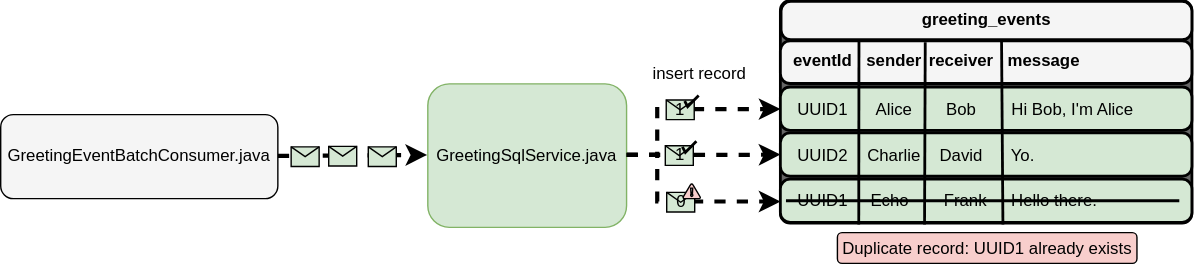
Earlier version of the draw.io export course-material/assets/module3/images/exercise3.svg (SonahLab/twitch-chat-hit-counter). Source tidied: cells renumbered, new cells last; positions are measured from the earlier drawing's top-left corner, leaving out a move shared by most shapes. Source of this version:
```xml
<mxGraphModel>
  <root>
    <mxCell id="0" />
    <mxCell id="1" parent="0" />
    <mxCell id="2" value="GreetingEventBatchConsumer.java" style="rounded=1;whiteSpace=wrap;html=1;fillColor=#f5f5f5;fontColor=#000000;strokeColor=#000000;" parent="1" vertex="1">
      <mxGeometry y="81.2" width="198" height="60" as="geometry" />
    </mxCell>
    <mxCell id="3" style="endArrow=classic;html=1;rounded=0;fontColor=#000000;strokeColor=#000000;strokeWidth=3;flowAnimation=1;exitX=1;exitY=0.5;exitDx=0;exitDy=0;entryX=0;entryY=0.5;entryDx=0;entryDy=0;" parent="1" edge="1" source="2" target="5">
      <mxGeometry relative="1" as="geometry" />
    </mxCell>
    <mxCell id="4" style="shape=message;html=1;fillColor=#d5e8d4;strokeColor=#000000;" parent="3" vertex="1">
      <mxGeometry width="20" height="14" relative="1" as="geometry">
        <mxPoint x="-17" y="-7" as="offset" />
      </mxGeometry>
    </mxCell>
    <mxCell id="5" value="GreetingSqlService.java" style="rounded=1;whiteSpace=wrap;html=1;fillColor=#d5e8d4;strokeColor=#82b366;" parent="1" vertex="1">
      <mxGeometry x="305.1" y="59.2" width="142" height="102.5" as="geometry" />
    </mxCell>
    <mxCell id="6" style="shape=message;html=1;fillColor=#d5e8d4;strokeColor=#000000;" parent="1" vertex="1">
      <mxGeometry x="262.6" y="104.2" width="20" height="14" as="geometry" />
    </mxCell>
    <mxCell id="7" style="shape=message;html=1;fillColor=#d5e8d4;strokeColor=#000000;fontColor=#000000;" parent="1" vertex="1">
      <mxGeometry x="207.5" y="104.2" width="20" height="14" as="geometry" />
    </mxCell>
    <mxCell id="8" style="rounded=1;whiteSpace=wrap;html=1;absoluteArcSize=1;arcSize=14;strokeWidth=2;fillColor=light-dark(#666666, #ededed);strokeColor=#000000;fontColor=#000000;" parent="1" vertex="1">
      <mxGeometry x="557.5" y="0.2" width="294" height="159" as="geometry" />
    </mxCell>
    <mxCell id="9" style="rounded=1;whiteSpace=wrap;html=1;absoluteArcSize=1;arcSize=14;strokeWidth=2;fillColor=#d5e8d4;strokeColor=default;" parent="1" vertex="1">
      <mxGeometry x="557.5" y="62" width="294" height="31" as="geometry" />
    </mxCell>
    <mxCell id="10" value="UUID1" style="text;html=1;align=center;verticalAlign=middle;whiteSpace=wrap;rounded=0;fontColor=#000000;strokeColor=none;" parent="1" vertex="1">
      <mxGeometry x="561.5" y="67.8" width="51" height="19.5" as="geometry" />
    </mxCell>
    <mxCell id="11" value="Alice" style="text;html=1;align=center;verticalAlign=middle;whiteSpace=wrap;rounded=0;fontColor=#000000;strokeColor=none;" parent="1" vertex="1">
      <mxGeometry x="612.5" y="67.8" width="51" height="19.5" as="geometry" />
    </mxCell>
    <mxCell id="12" value="Bob" style="text;html=1;align=center;verticalAlign=middle;whiteSpace=wrap;rounded=0;fontColor=#000000;strokeColor=none;" parent="1" vertex="1">
      <mxGeometry x="661" y="67.8" width="51" height="19.5" as="geometry" />
    </mxCell>
    <mxCell id="13" value="Hi Bob, I'm Alice" style="text;html=1;align=center;verticalAlign=middle;whiteSpace=wrap;rounded=0;fontColor=#000000;strokeColor=none;" parent="1" vertex="1">
      <mxGeometry x="720.5" y="67.8" width="90" height="19.5" as="geometry" />
    </mxCell>
    <mxCell id="14" style="rounded=1;whiteSpace=wrap;html=1;absoluteArcSize=1;arcSize=14;strokeWidth=2;fillColor=#d5e8d4;strokeColor=default;" parent="1" vertex="1">
      <mxGeometry x="557.5" y="94.8" width="294" height="31" as="geometry" />
    </mxCell>
    <mxCell id="15" style="rounded=1;whiteSpace=wrap;html=1;absoluteArcSize=1;arcSize=14;strokeWidth=2;fillColor=#f5f5f5;fontColor=#000000;strokeColor=#000000;" parent="1" vertex="1">
      <mxGeometry x="558" y="0.8" width="293.5" height="27.5" as="geometry" />
    </mxCell>
    <mxCell id="16" value="&lt;b&gt;greeting_events&lt;/b&gt;" style="text;html=1;align=center;verticalAlign=middle;whiteSpace=wrap;rounded=0;fontColor=#000000;strokeColor=none;" parent="1" vertex="1">
      <mxGeometry x="658" y="3.8" width="93" height="19.5" as="geometry" />
    </mxCell>
    <mxCell id="17" value="UUID2" style="text;html=1;align=center;verticalAlign=middle;whiteSpace=wrap;rounded=0;fontColor=#000000;strokeColor=none;" parent="1" vertex="1">
      <mxGeometry x="561.5" y="101.5" width="51" height="19.5" as="geometry" />
    </mxCell>
    <mxCell id="18" value="Charlie" style="text;html=1;align=center;verticalAlign=middle;whiteSpace=wrap;rounded=0;fontColor=#000000;strokeColor=none;" parent="1" vertex="1">
      <mxGeometry x="612.5" y="101.5" width="51" height="19.5" as="geometry" />
    </mxCell>
    <mxCell id="19" value="David" style="text;html=1;align=center;verticalAlign=middle;whiteSpace=wrap;rounded=0;fontColor=#000000;strokeColor=none;" parent="1" vertex="1">
      <mxGeometry x="661" y="101.5" width="51" height="19.5" as="geometry" />
    </mxCell>
    <mxCell id="20" value="Yo." style="text;html=1;align=center;verticalAlign=middle;whiteSpace=wrap;rounded=0;fontColor=#000000;strokeColor=none;" parent="1" vertex="1">
      <mxGeometry x="720.5" y="101.5" width="19" height="19.5" as="geometry" />
    </mxCell>
    <mxCell id="21" style="rounded=1;whiteSpace=wrap;html=1;absoluteArcSize=1;arcSize=14;strokeWidth=2;fillColor=#f5f5f5;fontColor=#000000;strokeColor=#000000;" parent="1" vertex="1">
      <mxGeometry x="557.5" y="29" width="294" height="30.5" as="geometry" />
    </mxCell>
    <mxCell id="22" value="&lt;b&gt;eventId&lt;/b&gt;" style="text;html=1;align=center;verticalAlign=middle;whiteSpace=wrap;rounded=0;fontColor=#000000;strokeColor=none;" parent="1" vertex="1">
      <mxGeometry x="561.5" y="33" width="51" height="19.5" as="geometry" />
    </mxCell>
    <mxCell id="23" value="&lt;b&gt;sender&lt;/b&gt;" style="text;html=1;align=center;verticalAlign=middle;whiteSpace=wrap;rounded=0;fontColor=#000000;strokeColor=none;" parent="1" vertex="1">
      <mxGeometry x="612.5" y="33" width="51" height="19.5" as="geometry" />
    </mxCell>
    <mxCell id="24" value="&lt;b&gt;receiver&lt;/b&gt;" style="text;html=1;align=center;verticalAlign=middle;whiteSpace=wrap;rounded=0;fontColor=#000000;strokeColor=none;" parent="1" vertex="1">
      <mxGeometry x="661" y="33" width="51" height="19.5" as="geometry" />
    </mxCell>
    <mxCell id="25" value="&lt;b&gt;message&lt;/b&gt;" style="text;html=1;align=center;verticalAlign=middle;whiteSpace=wrap;rounded=0;fontColor=#000000;strokeColor=none;" parent="1" vertex="1">
      <mxGeometry x="719.5" y="33" width="51" height="19.5" as="geometry" />
    </mxCell>
    <mxCell id="26" style="rounded=1;whiteSpace=wrap;html=1;absoluteArcSize=1;arcSize=14;strokeWidth=2;fillColor=#d5e8d4;strokeColor=default;fontColor=#000000;" parent="1" vertex="1">
      <mxGeometry x="557.5" y="127.8" width="294" height="31" as="geometry" />
    </mxCell>
    <mxCell id="27" style="endArrow=none;html=1;rounded=0;entryX=0.191;entryY=0.017;entryDx=0;entryDy=0;entryPerimeter=0;strokeColor=#000000;strokeWidth=2;fontColor=#000000;" parent="1" edge="1" target="21">
      <mxGeometry relative="1" as="geometry">
        <mxPoint x="613.5" y="160.2" as="sourcePoint" />
      </mxGeometry>
    </mxCell>
    <mxCell id="28" style="endArrow=none;html=1;rounded=0;entryX=0.191;entryY=0.017;entryDx=0;entryDy=0;entryPerimeter=0;strokeColor=#000000;strokeWidth=2;fontColor=#000000;" parent="1" edge="1">
      <mxGeometry relative="1" as="geometry">
        <mxPoint x="660.5" y="160.2" as="sourcePoint" />
        <mxPoint x="661" y="30" as="targetPoint" />
      </mxGeometry>
    </mxCell>
    <mxCell id="29" style="endArrow=none;html=1;rounded=0;entryX=0.191;entryY=0.017;entryDx=0;entryDy=0;entryPerimeter=0;strokeColor=#000000;strokeWidth=2;fontColor=#000000;" parent="1" edge="1">
      <mxGeometry relative="1" as="geometry">
        <mxPoint x="716.5" y="160.2" as="sourcePoint" />
        <mxPoint x="715.5" y="27.8" as="targetPoint" />
      </mxGeometry>
    </mxCell>
    <mxCell id="30" value="UUID1" style="text;html=1;align=center;verticalAlign=middle;whiteSpace=wrap;rounded=0;fontColor=#000000;strokeColor=none;" parent="1" vertex="1">
      <mxGeometry x="561.5" y="133.5" width="51" height="19.5" as="geometry" />
    </mxCell>
    <mxCell id="31" value="Echo" style="text;html=1;align=center;verticalAlign=middle;whiteSpace=wrap;rounded=0;fontColor=#000000;strokeColor=none;" parent="1" vertex="1">
      <mxGeometry x="610" y="133.5" width="51" height="19.5" as="geometry" />
    </mxCell>
    <mxCell id="32" value="Frank" style="text;html=1;align=center;verticalAlign=middle;whiteSpace=wrap;rounded=0;fontColor=#000000;strokeColor=none;" parent="1" vertex="1">
      <mxGeometry x="663.5" y="133.5" width="51" height="19.5" as="geometry" />
    </mxCell>
    <mxCell id="33" value="Hello there." style="text;html=1;align=center;verticalAlign=middle;whiteSpace=wrap;rounded=0;fontColor=#000000;strokeColor=none;" parent="1" vertex="1">
      <mxGeometry x="720.5" y="133.5" width="64" height="19.5" as="geometry" />
    </mxCell>
    <mxCell id="34" style="endArrow=none;html=1;rounded=0;strokeWidth=2;fillColor=#f8cecc;strokeColor=#000000;exitX=0;exitY=0.5;exitDx=0;exitDy=0;fontColor=#000000;" parent="1" edge="1" source="30">
      <mxGeometry relative="1" as="geometry">
        <mxPoint x="842.5" y="143.2" as="targetPoint" />
      </mxGeometry>
    </mxCell>
    <mxCell id="35" value="&lt;font style=&quot;&quot;&gt;insert record&lt;/font&gt;" style="text;html=1;align=center;verticalAlign=middle;whiteSpace=wrap;rounded=0;fontColor=#000000;strokeColor=none;" parent="1" vertex="1">
      <mxGeometry x="463.5" y="44.5" width="71" height="14.8" as="geometry" />
    </mxCell>
    <mxCell id="36" value="Duplicate record: UUID1 already exists" style="rounded=1;whiteSpace=wrap;html=1;fillColor=#f8cecc;strokeColor=#000000;fontColor=#000000;" parent="1" vertex="1">
      <mxGeometry x="597.8" y="165.5" width="214" height="22" as="geometry" />
    </mxCell>
    <mxCell id="37" style="endArrow=classic;html=1;rounded=0;strokeColor=#000000;exitX=1;exitY=0.5;exitDx=0;exitDy=0;flowAnimation=1;edgeStyle=orthogonalEdgeStyle;strokeWidth=3;entryX=0;entryY=0.5;entryDx=0;entryDy=0;fontColor=#000000;" parent="1" edge="1" source="5" target="9">
      <mxGeometry relative="1" as="geometry">
        <Array as="points">
          <mxPoint x="469.5" y="110.8" />
          <mxPoint x="469.5" y="77.8" />
          <mxPoint x="557.5" y="77.8" />
        </Array>
      </mxGeometry>
    </mxCell>
    <mxCell id="38" value="1" style="shape=message;html=1;fillColor=#d5e8d4;strokeColor=#000000;" parent="37" vertex="1">
      <mxGeometry width="20" height="14" relative="1" as="geometry">
        <mxPoint x="-11" y="-7" as="offset" />
      </mxGeometry>
    </mxCell>
    <mxCell id="39" style="html=1;verticalLabelPosition=bottom;labelBackgroundColor=#ffffff;verticalAlign=top;shadow=0;dashed=0;strokeWidth=2;shape=mxgraph.ios7.misc.check;strokeColor=#000000;fillColor=#d5e8d4;rotation=0;fontColor=#000000;" parent="1" vertex="1">
      <mxGeometry x="489.1" y="68" width="10" height="8" as="geometry" />
    </mxCell>
    <mxCell id="40" style="endArrow=classic;html=1;rounded=0;strokeColor=#000000;exitX=1;exitY=0.5;exitDx=0;exitDy=0;flowAnimation=1;edgeStyle=orthogonalEdgeStyle;strokeWidth=3;entryX=0;entryY=0.5;entryDx=0;entryDy=0;fontColor=#000000;" parent="1" edge="1" source="5" target="14">
      <mxGeometry relative="1" as="geometry">
        <Array as="points">
          <mxPoint x="534.5" y="110.8" />
          <mxPoint x="557.5" y="110.8" />
        </Array>
      </mxGeometry>
    </mxCell>
    <mxCell id="41" value="1" style="shape=message;html=1;fillColor=#d5e8d4;strokeColor=#000000;" parent="40" vertex="1">
      <mxGeometry width="20" height="14" relative="1" as="geometry">
        <mxPoint x="-27" y="-7" as="offset" />
      </mxGeometry>
    </mxCell>
    <mxCell id="42" style="html=1;verticalLabelPosition=bottom;labelBackgroundColor=#ffffff;verticalAlign=top;shadow=0;dashed=0;strokeWidth=2;shape=mxgraph.ios7.misc.check;strokeColor=#000000;fillColor=#d5e8d4;rotation=0;fontColor=#000000;" parent="1" vertex="1">
      <mxGeometry x="487.5" y="100.8" width="10" height="8" as="geometry" />
    </mxCell>
    <mxCell id="43" style="endArrow=classic;html=1;rounded=0;strokeColor=#000000;exitX=1;exitY=0.5;exitDx=0;exitDy=0;flowAnimation=1;edgeStyle=orthogonalEdgeStyle;strokeWidth=3;entryX=0;entryY=0.5;entryDx=0;entryDy=0;fontColor=#000000;" parent="1" edge="1" source="5" target="26">
      <mxGeometry relative="1" as="geometry">
        <Array as="points">
          <mxPoint x="469.5" y="110.8" />
          <mxPoint x="469.5" y="143.8" />
          <mxPoint x="557.5" y="143.8" />
        </Array>
      </mxGeometry>
    </mxCell>
    <mxCell id="44" value="0" style="shape=message;html=1;fillColor=#d5e8d4;strokeColor=#000000;" parent="43" vertex="1">
      <mxGeometry width="20" height="14" relative="1" as="geometry">
        <mxPoint x="-10" y="-7" as="offset" />
      </mxGeometry>
    </mxCell>
    <mxCell id="45" style="verticalLabelPosition=bottom;html=1;verticalAlign=top;align=center;strokeColor=#000000;fillColor=#f8cecc;shape=mxgraph.azure.azure_alert;fontColor=#000000;" parent="1" vertex="1">
      <mxGeometry x="487.5" y="130.8" width="12.3" height="10.5" as="geometry" />
    </mxCell>
  </root>
</mxGraphModel>
```
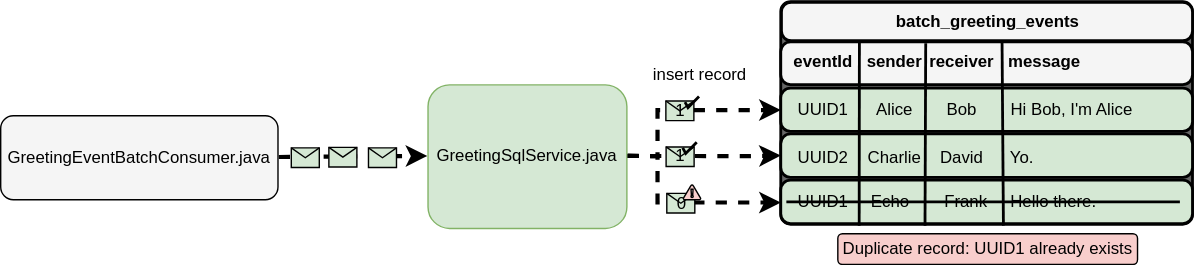
Above is the later version.

What changed in the source:
```diff
@@ -3,7 +3,7 @@
     <mxCell id="0" />
     <mxCell id="1" parent="0" />
     <mxCell id="2" value="GreetingEventBatchConsumer.java" style="rounded=1;whiteSpace=wrap;html=1;fillColor=#f5f5f5;fontColor=#000000;strokeColor=#000000;" parent="1" vertex="1">
-      <mxGeometry y="81.2" width="198" height="60" as="geometry" />
+      <mxGeometry y="81.3" width="198" height="60" as="geometry" />
     </mxCell>
     <mxCell id="3" style="endArrow=classic;html=1;rounded=0;fontColor=#000000;strokeColor=#000000;strokeWidth=3;flowAnimation=1;exitX=1;exitY=0.5;exitDx=0;exitDy=0;entryX=0;entryY=0.5;entryDx=0;entryDy=0;" parent="1" edge="1" source="2" target="5">
       <mxGeometry relative="1" as="geometry" />
@@ -14,16 +14,16 @@
       </mxGeometry>
     </mxCell>
     <mxCell id="5" value="GreetingSqlService.java" style="rounded=1;whiteSpace=wrap;html=1;fillColor=#d5e8d4;strokeColor=#82b366;" parent="1" vertex="1">
-      <mxGeometry x="305.1" y="59.2" width="142" height="102.5" as="geometry" />
+      <mxGeometry x="305.1" y="59.3" width="142" height="102.5" as="geometry" />
     </mxCell>
     <mxCell id="6" style="shape=message;html=1;fillColor=#d5e8d4;strokeColor=#000000;" parent="1" vertex="1">
-      <mxGeometry x="262.6" y="104.2" width="20" height="14" as="geometry" />
+      <mxGeometry x="262.6" y="104.3" width="20" height="14" as="geometry" />
     </mxCell>
     <mxCell id="7" style="shape=message;html=1;fillColor=#d5e8d4;strokeColor=#000000;fontColor=#000000;" parent="1" vertex="1">
-      <mxGeometry x="207.5" y="104.2" width="20" height="14" as="geometry" />
+      <mxGeometry x="207.5" y="104.3" width="20" height="14" as="geometry" />
     </mxCell>
     <mxCell id="8" style="rounded=1;whiteSpace=wrap;html=1;absoluteArcSize=1;arcSize=14;strokeWidth=2;fillColor=light-dark(#666666, #ededed);strokeColor=#000000;fontColor=#000000;" parent="1" vertex="1">
-      <mxGeometry x="557.5" y="0.2" width="294" height="159" as="geometry" />
+      <mxGeometry x="557.5" y="0.3" width="294" height="159" as="geometry" />
     </mxCell>
     <mxCell id="9" style="rounded=1;whiteSpace=wrap;html=1;absoluteArcSize=1;arcSize=14;strokeWidth=2;fillColor=#d5e8d4;strokeColor=default;" parent="1" vertex="1">
       <mxGeometry x="557.5" y="62" width="294" height="31" as="geometry" />
@@ -46,8 +46,8 @@
     <mxCell id="15" style="rounded=1;whiteSpace=wrap;html=1;absoluteArcSize=1;arcSize=14;strokeWidth=2;fillColor=#f5f5f5;fontColor=#000000;strokeColor=#000000;" parent="1" vertex="1">
       <mxGeometry x="558" y="0.8" width="293.5" height="27.5" as="geometry" />
     </mxCell>
-    <mxCell id="16" value="&lt;b&gt;greeting_events&lt;/b&gt;" style="text;html=1;align=center;verticalAlign=middle;whiteSpace=wrap;rounded=0;fontColor=#000000;strokeColor=none;" parent="1" vertex="1">
-      <mxGeometry x="658" y="3.8" width="93" height="19.5" as="geometry" />
+    <mxCell id="16" value="&lt;b&gt;batch_greeting_events&lt;/b&gt;" style="text;html=1;align=center;verticalAlign=middle;whiteSpace=wrap;rounded=0;fontColor=#000000;strokeColor=none;" parent="1" vertex="1">
+      <mxGeometry x="638.5" y="4.8" width="132" height="19.5" as="geometry" />
     </mxCell>
     <mxCell id="17" value="UUID2" style="text;html=1;align=center;verticalAlign=middle;whiteSpace=wrap;rounded=0;fontColor=#000000;strokeColor=none;" parent="1" vertex="1">
       <mxGeometry x="561.5" y="101.5" width="51" height="19.5" as="geometry" />
@@ -81,18 +81,18 @@
     </mxCell>
     <mxCell id="27" style="endArrow=none;html=1;rounded=0;entryX=0.191;entryY=0.017;entryDx=0;entryDy=0;entryPerimeter=0;strokeColor=#000000;strokeWidth=2;fontColor=#000000;" parent="1" edge="1" target="21">
       <mxGeometry relative="1" as="geometry">
-        <mxPoint x="613.5" y="160.2" as="sourcePoint" />
+        <mxPoint x="613.5" y="160.3" as="sourcePoint" />
       </mxGeometry>
     </mxCell>
     <mxCell id="28" style="endArrow=none;html=1;rounded=0;entryX=0.191;entryY=0.017;entryDx=0;entryDy=0;entryPerimeter=0;strokeColor=#000000;strokeWidth=2;fontColor=#000000;" parent="1" edge="1">
       <mxGeometry relative="1" as="geometry">
-        <mxPoint x="660.5" y="160.2" as="sourcePoint" />
+        <mxPoint x="660.5" y="160.3" as="sourcePoint" />
         <mxPoint x="661" y="30" as="targetPoint" />
       </mxGeometry>
     </mxCell>
     <mxCell id="29" style="endArrow=none;html=1;rounded=0;entryX=0.191;entryY=0.017;entryDx=0;entryDy=0;entryPerimeter=0;strokeColor=#000000;strokeWidth=2;fontColor=#000000;" parent="1" edge="1">
       <mxGeometry relative="1" as="geometry">
-        <mxPoint x="716.5" y="160.2" as="sourcePoint" />
+        <mxPoint x="716.5" y="160.3" as="sourcePoint" />
         <mxPoint x="715.5" y="27.8" as="targetPoint" />
       </mxGeometry>
     </mxCell>
@@ -110,7 +110,7 @@
     </mxCell>
     <mxCell id="34" style="endArrow=none;html=1;rounded=0;strokeWidth=2;fillColor=#f8cecc;strokeColor=#000000;exitX=0;exitY=0.5;exitDx=0;exitDy=0;fontColor=#000000;" parent="1" edge="1" source="30">
       <mxGeometry relative="1" as="geometry">
-        <mxPoint x="842.5" y="143.2" as="targetPoint" />
+        <mxPoint x="842.5" y="143.3" as="targetPoint" />
       </mxGeometry>
     </mxCell>
     <mxCell id="35" value="&lt;font style=&quot;&quot;&gt;insert record&lt;/font&gt;" style="text;html=1;align=center;verticalAlign=middle;whiteSpace=wrap;rounded=0;fontColor=#000000;strokeColor=none;" parent="1" vertex="1">
```
